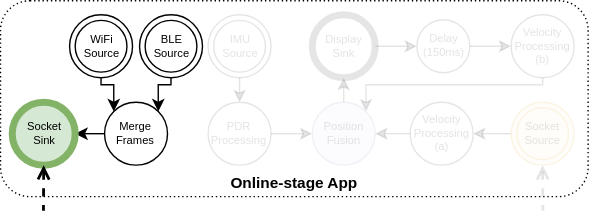
The draw.io diagram slides/ipin2021/images/model-online-1.svg in OpenHPS/openhps.org, before a commit. Source tidied: cells renumbered, new cells last; positions are measured from the earlier drawing's top-left corner, leaving out a move shared by most shapes.
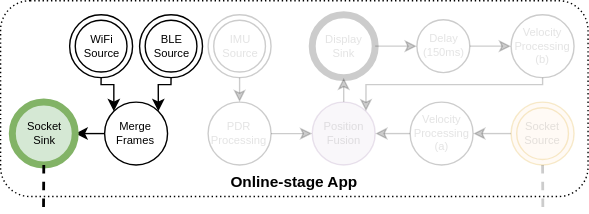
Above is the later version.

What changed in the source:
```diff
@@ -5,28 +5,28 @@
     <mxCell id="2" style="rounded=1;whiteSpace=wrap;html=1;fontSize=8;dashed=1;fillColor=none;dashPattern=1 2;" parent="1" vertex="1">
       <mxGeometry x="-0.1" width="420" height="140" as="geometry" />
     </mxCell>
-    <mxCell id="3" style="edgeStyle=orthogonalEdgeStyle;rounded=0;jettySize=auto;html=1;exitX=0.5;exitY=1;exitDx=0;exitDy=0;entryX=0.5;entryY=0;entryDx=0;entryDy=0;startArrow=none;startFill=0;endArrow=classic;endFill=1;fontSize=8;opacity=10;textOpacity=10;" parent="1" edge="1" source="4" target="10">
+    <mxCell id="3" style="edgeStyle=orthogonalEdgeStyle;rounded=0;jettySize=auto;html=1;exitX=0.5;exitY=1;exitDx=0;exitDy=0;entryX=0.5;entryY=0;entryDx=0;entryDy=0;startArrow=none;startFill=0;endArrow=classic;endFill=1;fontSize=8;opacity=20;textOpacity=10;" parent="1" edge="1" source="4" target="10">
       <mxGeometry relative="1" as="geometry" />
     </mxCell>
-    <mxCell id="4" value="IMU&lt;br style=&quot;font-size: 8px;&quot;&gt;Source" style="ellipse;shape=doubleEllipse;html=1;dashed=0;whitespace=wrap;fontSize=8;opacity=10;textOpacity=10;" parent="1" vertex="1">
+    <mxCell id="4" value="IMU&lt;br style=&quot;font-size: 8px;&quot;&gt;Source" style="ellipse;shape=doubleEllipse;html=1;dashed=0;whitespace=wrap;fontSize=8;opacity=20;textOpacity=10;" parent="1" vertex="1">
       <mxGeometry x="148.2" y="10" width="45" height="45" as="geometry" />
     </mxCell>
-    <mxCell id="5" style="edgeStyle=orthogonalEdgeStyle;rounded=0;jettySize=auto;html=1;exitX=0;exitY=0.5;exitDx=0;exitDy=0;entryX=1;entryY=0.5;entryDx=0;entryDy=0;opacity=10;textOpacity=10;" parent="1" edge="1" source="6" target="26">
+    <mxCell id="5" style="edgeStyle=orthogonalEdgeStyle;rounded=0;jettySize=auto;html=1;exitX=0;exitY=0.5;exitDx=0;exitDy=0;entryX=1;entryY=0.5;entryDx=0;entryDy=0;opacity=20;textOpacity=10;" parent="1" edge="1" source="6" target="26">
       <mxGeometry relative="1" as="geometry" />
     </mxCell>
-    <mxCell id="6" value="Socket&lt;br style=&quot;font-size: 8px;&quot;&gt;Source" style="ellipse;shape=doubleEllipse;html=1;dashed=0;whitespace=wrap;fontSize=8;fillColor=#ffe6cc;strokeColor=#d79b00;opacity=10;textOpacity=10;" parent="1" vertex="1">
+    <mxCell id="6" value="Socket&lt;br style=&quot;font-size: 8px;&quot;&gt;Source" style="ellipse;shape=doubleEllipse;html=1;dashed=0;whitespace=wrap;fontSize=8;fillColor=#ffe6cc;strokeColor=#d79b00;opacity=20;textOpacity=10;" parent="1" vertex="1">
       <mxGeometry x="364.9" y="72.5" width="45" height="45" as="geometry" />
     </mxCell>
-    <mxCell id="7" style="edgeStyle=orthogonalEdgeStyle;rounded=0;jettySize=auto;html=1;exitX=0.5;exitY=0;exitDx=0;exitDy=0;entryX=0.5;entryY=1;entryDx=0;entryDy=0;opacity=10;textOpacity=10;" parent="1" edge="1" source="8" target="21">
+    <mxCell id="7" style="edgeStyle=orthogonalEdgeStyle;rounded=0;jettySize=auto;html=1;exitX=0.5;exitY=0;exitDx=0;exitDy=0;entryX=0.5;entryY=1;entryDx=0;entryDy=0;opacity=20;textOpacity=10;" parent="1" edge="1" source="8" target="21">
       <mxGeometry relative="1" as="geometry" />
     </mxCell>
-    <mxCell id="8" value="&lt;font style=&quot;font-size: 8px;&quot;&gt;Position&lt;br style=&quot;font-size: 8px;&quot;&gt;Fusion&lt;br style=&quot;font-size: 8px;&quot;&gt;&lt;/font&gt;" style="ellipse;whiteSpace=wrap;html=1;fontSize=8;fillColor=#e1d5e7;strokeColor=#9673a6;opacity=10;textOpacity=10;" parent="1" vertex="1">
+    <mxCell id="8" value="&lt;font style=&quot;font-size: 8px;&quot;&gt;Position&lt;br style=&quot;font-size: 8px;&quot;&gt;Fusion&lt;br style=&quot;font-size: 8px;&quot;&gt;&lt;/font&gt;" style="ellipse;whiteSpace=wrap;html=1;fontSize=8;fillColor=#e1d5e7;strokeColor=#9673a6;opacity=20;textOpacity=10;" parent="1" vertex="1">
       <mxGeometry x="222.7" y="72.5" width="45" height="45" as="geometry" />
     </mxCell>
-    <mxCell id="9" style="edgeStyle=orthogonalEdgeStyle;rounded=0;jettySize=auto;html=1;entryX=0;entryY=0.5;entryDx=0;entryDy=0;opacity=10;textOpacity=10;" parent="1" edge="1" source="10" target="8">
+    <mxCell id="9" style="edgeStyle=orthogonalEdgeStyle;rounded=0;jettySize=auto;html=1;entryX=0;entryY=0.5;entryDx=0;entryDy=0;opacity=20;textOpacity=10;" parent="1" edge="1" source="10" target="8">
       <mxGeometry relative="1" as="geometry" />
     </mxCell>
-    <mxCell id="10" value="&lt;font style=&quot;font-size: 8px&quot;&gt;PDR&lt;br&gt;Processing&lt;br style=&quot;font-size: 8px&quot;&gt;&lt;/font&gt;" style="ellipse;whiteSpace=wrap;html=1;fontSize=8;opacity=10;textOpacity=10;" parent="1" vertex="1">
+    <mxCell id="10" value="&lt;font style=&quot;font-size: 8px&quot;&gt;PDR&lt;br&gt;Processing&lt;br style=&quot;font-size: 8px&quot;&gt;&lt;/font&gt;" style="ellipse;whiteSpace=wrap;html=1;fontSize=8;opacity=20;textOpacity=10;" parent="1" vertex="1">
       <mxGeometry x="148.2" y="72.5" width="45" height="45" as="geometry" />
     </mxCell>
     <mxCell id="11" style="edgeStyle=orthogonalEdgeStyle;rounded=0;jettySize=auto;html=1;exitX=0.5;exitY=1;exitDx=0;exitDy=0;entryX=0;entryY=0;entryDx=0;entryDy=0;startArrow=none;startFill=0;endArrow=classic;endFill=1;fontSize=8;" parent="1" edge="1" source="12" target="16">
@@ -60,26 +60,26 @@
     <mxCell id="17" value="Socket&lt;br style=&quot;font-size: 8px;&quot;&gt;Sink" style="shape=ellipse;html=1;dashed=0;whitespace=wrap;strokeWidth=5;perimeter=ellipsePerimeter;fontSize=8;fillColor=#d5e8d4;strokeColor=#82b366;" parent="1" vertex="1">
       <mxGeometry x="8.2" y="72.5" width="45" height="45" as="geometry" />
     </mxCell>
-    <mxCell id="18" style="edgeStyle=orthogonalEdgeStyle;rounded=0;jettySize=auto;html=1;exitX=0.5;exitY=1;exitDx=0;exitDy=0;dashed=1;endArrow=none;endFill=0;startArrow=open;startFill=0;fontSize=8;strokeWidth=2;" parent="1" edge="1" source="17">
+    <mxCell id="18" style="edgeStyle=orthogonalEdgeStyle;rounded=0;jettySize=auto;html=1;exitX=0.5;exitY=1;exitDx=0;exitDy=0;dashed=1;endArrow=none;endFill=0;startArrow=none;startFill=0;fontSize=8;strokeWidth=2;" parent="1" edge="1" source="17">
       <mxGeometry relative="1" as="geometry">
         <mxPoint x="30.6" y="150" as="targetPoint" />
       </mxGeometry>
     </mxCell>
-    <mxCell id="19" style="edgeStyle=orthogonalEdgeStyle;rounded=0;jettySize=auto;html=1;exitX=0.5;exitY=1;exitDx=0;exitDy=0;dashed=1;endArrow=none;endFill=0;startArrow=open;startFill=0;fontSize=8;strokeWidth=2;opacity=10;textOpacity=10;" parent="1" edge="1" source="6">
+    <mxCell id="19" style="edgeStyle=orthogonalEdgeStyle;rounded=0;jettySize=auto;html=1;exitX=0.5;exitY=1;exitDx=0;exitDy=0;dashed=1;endArrow=none;endFill=0;startArrow=none;startFill=0;fontSize=8;strokeWidth=2;opacity=20;textOpacity=10;" parent="1" edge="1" source="6">
       <mxGeometry relative="1" as="geometry">
         <mxPoint x="387.6" y="150" as="targetPoint" />
       </mxGeometry>
     </mxCell>
-    <mxCell id="20" style="edgeStyle=none;rounded=0;jettySize=auto;html=1;exitX=1;exitY=0.5;exitDx=0;exitDy=0;entryX=0;entryY=0.5;entryDx=0;entryDy=0;opacity=10;textOpacity=10;" parent="1" edge="1" source="21" target="28">
+    <mxCell id="20" style="edgeStyle=none;rounded=0;jettySize=auto;html=1;exitX=1;exitY=0.5;exitDx=0;exitDy=0;entryX=0;entryY=0.5;entryDx=0;entryDy=0;opacity=20;textOpacity=10;" parent="1" edge="1" source="21" target="28">
       <mxGeometry relative="1" as="geometry" />
     </mxCell>
-    <mxCell id="21" value="Display&lt;br&gt;Sink" style="shape=ellipse;html=1;dashed=0;whitespace=wrap;strokeWidth=5;perimeter=ellipsePerimeter;fontSize=8;opacity=10;textOpacity=10;" parent="1" vertex="1">
+    <mxCell id="21" value="Display&lt;br&gt;Sink" style="shape=ellipse;html=1;dashed=0;whitespace=wrap;strokeWidth=5;perimeter=ellipsePerimeter;fontSize=8;opacity=20;textOpacity=10;" parent="1" vertex="1">
       <mxGeometry x="222.7" y="10" width="45" height="45" as="geometry" />
     </mxCell>
     <mxCell id="22" value="Online-stage App" style="text;html=1;strokeColor=none;fillColor=none;align=center;verticalAlign=middle;whiteSpace=wrap;rounded=0;dashed=1;dashPattern=1 2;fontStyle=1;fontSize=11;" parent="1" vertex="1">
       <mxGeometry x="158.9" y="120" width="101.9" height="20" as="geometry" />
     </mxCell>
-    <mxCell id="23" style="edgeStyle=orthogonalEdgeStyle;rounded=0;jettySize=auto;html=1;exitX=0.5;exitY=1;exitDx=0;exitDy=0;entryX=1;entryY=0;entryDx=0;entryDy=0;opacity=10;textOpacity=10;" parent="1" edge="1" source="24" target="8">
+    <mxCell id="23" style="edgeStyle=orthogonalEdgeStyle;rounded=0;jettySize=auto;html=1;exitX=0.5;exitY=1;exitDx=0;exitDy=0;entryX=1;entryY=0;entryDx=0;entryDy=0;opacity=20;textOpacity=10;" parent="1" edge="1" source="24" target="8">
       <mxGeometry relative="1" as="geometry">
         <Array as="points">
           <mxPoint x="387.9" y="60" />
@@ -87,19 +87,19 @@
         </Array>
       </mxGeometry>
     </mxCell>
-    <mxCell id="24" value="&lt;font style=&quot;font-size: 8px&quot;&gt;Velocity&lt;br&gt;Processing&lt;br&gt;(b)&lt;br style=&quot;font-size: 8px&quot;&gt;&lt;/font&gt;" style="ellipse;whiteSpace=wrap;html=1;fontSize=8;opacity=10;textOpacity=10;" parent="1" vertex="1">
+    <mxCell id="24" value="&lt;font style=&quot;font-size: 8px&quot;&gt;Velocity&lt;br&gt;Processing&lt;br&gt;(b)&lt;br style=&quot;font-size: 8px&quot;&gt;&lt;/font&gt;" style="ellipse;whiteSpace=wrap;html=1;fontSize=8;opacity=20;textOpacity=10;" parent="1" vertex="1">
       <mxGeometry x="364.9" y="10" width="45" height="45" as="geometry" />
     </mxCell>
-    <mxCell id="25" style="edgeStyle=orthogonalEdgeStyle;rounded=0;jettySize=auto;html=1;exitX=0;exitY=0.5;exitDx=0;exitDy=0;entryX=1;entryY=0.5;entryDx=0;entryDy=0;opacity=10;textOpacity=10;" parent="1" edge="1" source="26" target="8">
+    <mxCell id="25" style="edgeStyle=orthogonalEdgeStyle;rounded=0;jettySize=auto;html=1;exitX=0;exitY=0.5;exitDx=0;exitDy=0;entryX=1;entryY=0.5;entryDx=0;entryDy=0;opacity=20;textOpacity=10;" parent="1" edge="1" source="26" target="8">
       <mxGeometry relative="1" as="geometry" />
     </mxCell>
-    <mxCell id="26" value="&lt;font style=&quot;font-size: 8px&quot;&gt;Velocity&lt;br&gt;Processing&lt;br&gt;(a)&lt;br style=&quot;font-size: 8px&quot;&gt;&lt;/font&gt;" style="ellipse;whiteSpace=wrap;html=1;fontSize=8;opacity=10;textOpacity=10;" parent="1" vertex="1">
+    <mxCell id="26" value="&lt;font style=&quot;font-size: 8px&quot;&gt;Velocity&lt;br&gt;Processing&lt;br&gt;(a)&lt;br style=&quot;font-size: 8px&quot;&gt;&lt;/font&gt;" style="ellipse;whiteSpace=wrap;html=1;fontSize=8;opacity=20;textOpacity=10;" parent="1" vertex="1">
       <mxGeometry x="292.7" y="72.5" width="45" height="45" as="geometry" />
     </mxCell>
-    <mxCell id="27" style="edgeStyle=none;rounded=0;jettySize=auto;html=1;exitX=1;exitY=0.5;exitDx=0;exitDy=0;entryX=0;entryY=0.5;entryDx=0;entryDy=0;opacity=10;textOpacity=10;" parent="1" edge="1" source="28" target="24">
+    <mxCell id="27" style="edgeStyle=none;rounded=0;jettySize=auto;html=1;exitX=1;exitY=0.5;exitDx=0;exitDy=0;entryX=0;entryY=0.5;entryDx=0;entryDy=0;opacity=20;textOpacity=10;" parent="1" edge="1" source="28" target="24">
       <mxGeometry relative="1" as="geometry" />
     </mxCell>
-    <mxCell id="28" value="&lt;font style=&quot;font-size: 8px&quot;&gt;Delay&lt;br&gt;(150ms)&lt;br style=&quot;font-size: 8px&quot;&gt;&lt;/font&gt;" style="ellipse;whiteSpace=wrap;html=1;fontSize=8;opacity=10;textOpacity=10;" parent="1" vertex="1">
+    <mxCell id="28" value="&lt;font style=&quot;font-size: 8px&quot;&gt;Delay&lt;br&gt;(150ms)&lt;br style=&quot;font-size: 8px&quot;&gt;&lt;/font&gt;" style="ellipse;whiteSpace=wrap;html=1;fontSize=8;opacity=20;textOpacity=10;" parent="1" vertex="1">
       <mxGeometry x="297.5" y="13.6" width="37.8" height="37.8" as="geometry" />
     </mxCell>
   </root>
```
